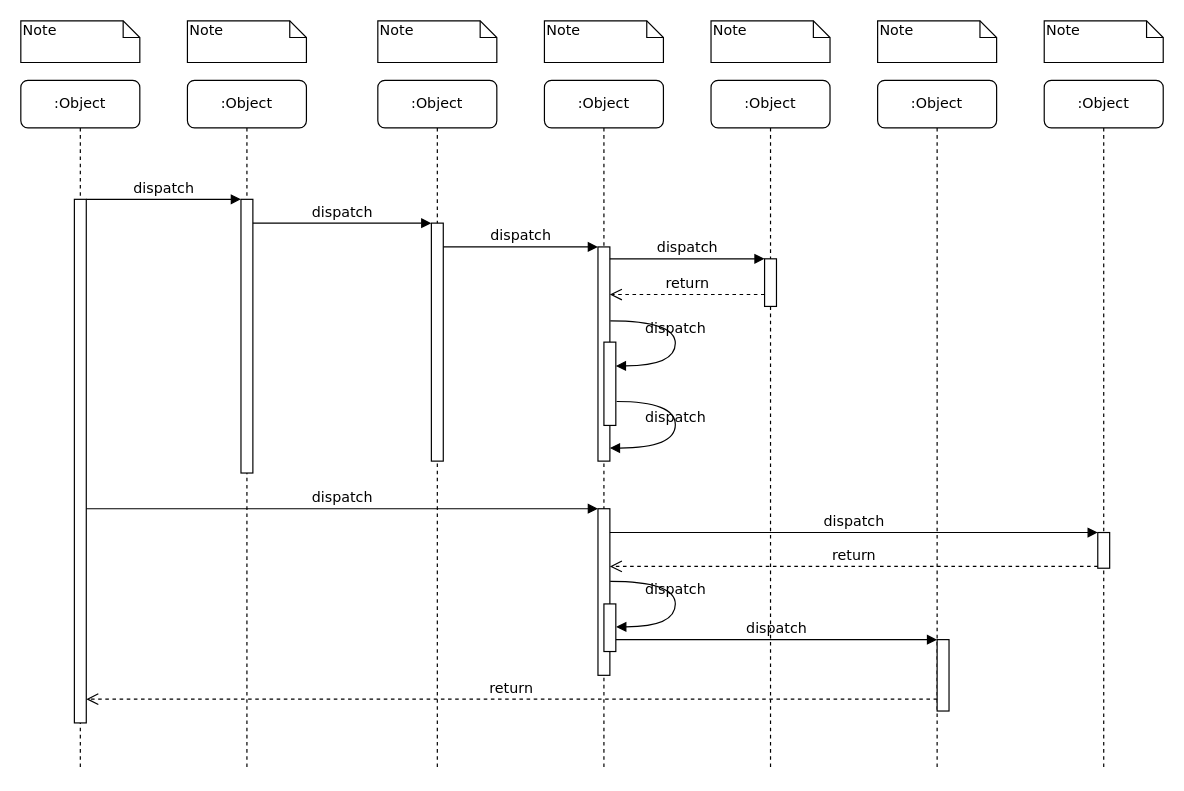
The draw.io diagram jenkins_master_create.drawio in jiangtao7/draw.io, before the edit. Source tidied: cells renumbered, new cells numbered last; positions are measured from the earlier drawing's top-left corner, leaving out a move shared by most shapes. Both pictures are drawn from the tidied source at 119%, with x=0, y=0 at pixel (20, 20).
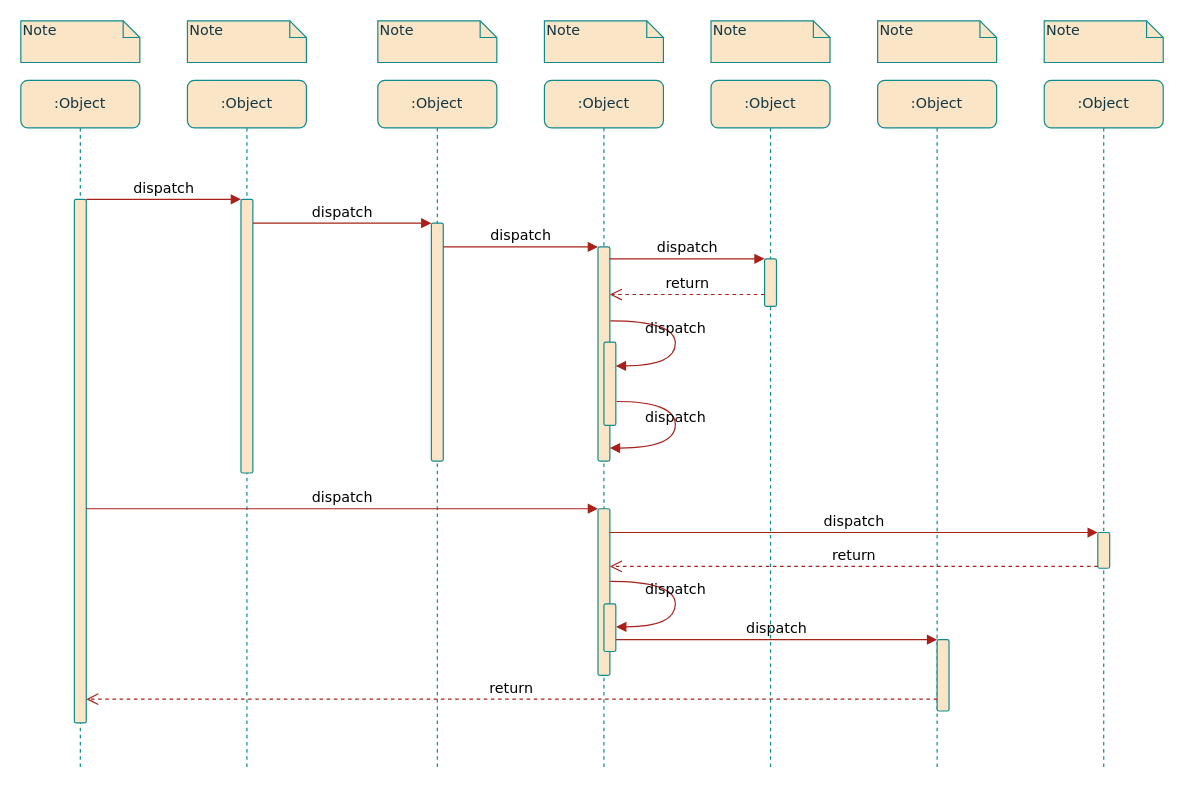
The same diagram, later.

Diff of the diagram source:
```diff
@@
-    <mxCell id="2" value=":Object" style="shape=umlLifeline;perimeter=lifelinePerimeter;whiteSpace=wrap;html=1;rounded=1;shadow=0;comic=0;labelBackgroundColor=none;strokeWidth=1;fontFamily=Verdana;fontSize=12;align=center;" parent="1" vertex="1">
+    <mxCell id="2" value=":Object" style="shape=umlLifeline;perimeter=lifelinePerimeter;whiteSpace=wrap;html=1;rounded=1;shadow=0;comic=0;labelBackgroundColor=none;strokeWidth=1;fontFamily=Verdana;fontSize=12;align=center;fillColor=#FAE5C7;strokeColor=#0F8B8D;fontColor=#143642;" parent="1" vertex="1">
       <mxGeometry x="140" y="50" width="100" height="580" as="geometry" />
     </mxCell>
-    <mxCell id="3" style="html=1;points=[];perimeter=orthogonalPerimeter;rounded=0;shadow=0;comic=0;labelBackgroundColor=none;strokeWidth=1;fontFamily=Verdana;fontSize=12;align=center;" parent="2" vertex="1">
+    <mxCell id="3" style="html=1;points=[];perimeter=orthogonalPerimeter;rounded=1;shadow=0;comic=0;labelBackgroundColor=none;strokeWidth=1;fontFamily=Verdana;fontSize=12;align=center;fillColor=#FAE5C7;strokeColor=#0F8B8D;fontColor=#143642;" parent="2" vertex="1">
       <mxGeometry x="45" y="100" width="10" height="230" as="geometry" />
     </mxCell>
-    <mxCell id="4" value=":Object" style="shape=umlLifeline;perimeter=lifelinePerimeter;whiteSpace=wrap;html=1;rounded=1;shadow=0;comic=0;labelBackgroundColor=none;strokeWidth=1;fontFamily=Verdana;fontSize=12;align=center;" parent="1" vertex="1">
+    <mxCell id="4" value=":Object" style="shape=umlLifeline;perimeter=lifelinePerimeter;whiteSpace=wrap;html=1;rounded=1;shadow=0;comic=0;labelBackgroundColor=none;strokeWidth=1;fontFamily=Verdana;fontSize=12;align=center;fillColor=#FAE5C7;strokeColor=#0F8B8D;fontColor=#143642;" parent="1" vertex="1">
       <mxGeometry x="300" y="50" width="100" height="580" as="geometry" />
     </mxCell>
-    <mxCell id="5" style="html=1;points=[];perimeter=orthogonalPerimeter;rounded=0;shadow=0;comic=0;labelBackgroundColor=none;strokeWidth=1;fontFamily=Verdana;fontSize=12;align=center;" parent="4" vertex="1">
+    <mxCell id="5" style="html=1;points=[];perimeter=orthogonalPerimeter;rounded=1;shadow=0;comic=0;labelBackgroundColor=none;strokeWidth=1;fontFamily=Verdana;fontSize=12;align=center;fillColor=#FAE5C7;strokeColor=#0F8B8D;fontColor=#143642;" parent="4" vertex="1">
       <mxGeometry x="45" y="120" width="10" height="200" as="geometry" />
     </mxCell>
-    <mxCell id="6" value=":Object" style="shape=umlLifeline;perimeter=lifelinePerimeter;whiteSpace=wrap;html=1;rounded=1;shadow=0;comic=0;labelBackgroundColor=none;strokeWidth=1;fontFamily=Verdana;fontSize=12;align=center;" parent="1" vertex="1">
+    <mxCell id="6" value=":Object" style="shape=umlLifeline;perimeter=lifelinePerimeter;whiteSpace=wrap;html=1;rounded=1;shadow=0;comic=0;labelBackgroundColor=none;strokeWidth=1;fontFamily=Verdana;fontSize=12;align=center;fillColor=#FAE5C7;strokeColor=#0F8B8D;fontColor=#143642;" parent="1" vertex="1">
       <mxGeometry x="440" y="50" width="100" height="580" as="geometry" />
     </mxCell>
-    <mxCell id="7" value=":Object" style="shape=umlLifeline;perimeter=lifelinePerimeter;whiteSpace=wrap;html=1;rounded=1;shadow=0;comic=0;labelBackgroundColor=none;strokeWidth=1;fontFamily=Verdana;fontSize=12;align=center;" parent="1" vertex="1">
+    <mxCell id="7" value=":Object" style="shape=umlLifeline;perimeter=lifelinePerimeter;whiteSpace=wrap;html=1;rounded=1;shadow=0;comic=0;labelBackgroundColor=none;strokeWidth=1;fontFamily=Verdana;fontSize=12;align=center;fillColor=#FAE5C7;strokeColor=#0F8B8D;fontColor=#143642;" parent="1" vertex="1">
       <mxGeometry x="580" y="50" width="100" height="580" as="geometry" />
     </mxCell>
-    <mxCell id="8" value=":Object" style="shape=umlLifeline;perimeter=lifelinePerimeter;whiteSpace=wrap;html=1;rounded=1;shadow=0;comic=0;labelBackgroundColor=none;strokeWidth=1;fontFamily=Verdana;fontSize=12;align=center;" parent="1" vertex="1">
+    <mxCell id="8" value=":Object" style="shape=umlLifeline;perimeter=lifelinePerimeter;whiteSpace=wrap;html=1;rounded=1;shadow=0;comic=0;labelBackgroundColor=none;strokeWidth=1;fontFamily=Verdana;fontSize=12;align=center;fillColor=#FAE5C7;strokeColor=#0F8B8D;fontColor=#143642;" parent="1" vertex="1">
       <mxGeometry x="720" y="50" width="100" height="580" as="geometry" />
     </mxCell>
-    <mxCell id="9" value=":Object" style="shape=umlLifeline;perimeter=lifelinePerimeter;whiteSpace=wrap;html=1;rounded=1;shadow=0;comic=0;labelBackgroundColor=none;strokeWidth=1;fontFamily=Verdana;fontSize=12;align=center;" parent="1" vertex="1">
+    <mxCell id="9" value=":Object" style="shape=umlLifeline;perimeter=lifelinePerimeter;whiteSpace=wrap;html=1;rounded=1;shadow=0;comic=0;labelBackgroundColor=none;strokeWidth=1;fontFamily=Verdana;fontSize=12;align=center;fillColor=#FAE5C7;strokeColor=#0F8B8D;fontColor=#143642;" parent="1" vertex="1">
       <mxGeometry x="860" y="50" width="100" height="580" as="geometry" />
     </mxCell>
-    <mxCell id="10" value=":Object" style="shape=umlLifeline;perimeter=lifelinePerimeter;whiteSpace=wrap;html=1;rounded=1;shadow=0;comic=0;labelBackgroundColor=none;strokeWidth=1;fontFamily=Verdana;fontSize=12;align=center;" parent="1" vertex="1">
+    <mxCell id="10" value=":Object" style="shape=umlLifeline;perimeter=lifelinePerimeter;whiteSpace=wrap;html=1;rounded=1;shadow=0;comic=0;labelBackgroundColor=none;strokeWidth=1;fontFamily=Verdana;fontSize=12;align=center;fillColor=#FAE5C7;strokeColor=#0F8B8D;fontColor=#143642;" parent="1" vertex="1">
       <mxGeometry y="50" width="100" height="580" as="geometry" />
     </mxCell>
-    <mxCell id="11" style="html=1;points=[];perimeter=orthogonalPerimeter;rounded=0;shadow=0;comic=0;labelBackgroundColor=none;strokeWidth=1;fontFamily=Verdana;fontSize=12;align=center;" parent="10" vertex="1">
+    <mxCell id="11" style="html=1;points=[];perimeter=orthogonalPerimeter;rounded=1;shadow=0;comic=0;labelBackgroundColor=none;strokeWidth=1;fontFamily=Verdana;fontSize=12;align=center;fillColor=#FAE5C7;strokeColor=#0F8B8D;fontColor=#143642;" parent="10" vertex="1">
       <mxGeometry x="45" y="100" width="10" height="440" as="geometry" />
     </mxCell>
-    <mxCell id="12" style="html=1;points=[];perimeter=orthogonalPerimeter;rounded=0;shadow=0;comic=0;labelBackgroundColor=none;strokeWidth=1;fontFamily=Verdana;fontSize=12;align=center;" parent="1" vertex="1">
+    <mxCell id="12" style="html=1;points=[];perimeter=orthogonalPerimeter;rounded=1;shadow=0;comic=0;labelBackgroundColor=none;strokeWidth=1;fontFamily=Verdana;fontSize=12;align=center;fillColor=#FAE5C7;strokeColor=#0F8B8D;fontColor=#143642;" parent="1" vertex="1">
       <mxGeometry x="485" y="190" width="10" height="180" as="geometry" />
     </mxCell>
-    <mxCell id="13" value="dispatch" style="html=1;verticalAlign=bottom;endArrow=block;labelBackgroundColor=none;fontFamily=Verdana;fontSize=12;edgeStyle=elbowEdgeStyle;elbow=vertical;" parent="1" edge="1" source="5" target="12">
+    <mxCell id="13" value="dispatch" style="html=1;verticalAlign=bottom;endArrow=block;labelBackgroundColor=none;fontFamily=Verdana;fontSize=12;edgeStyle=elbowEdgeStyle;elbow=vertical;strokeColor=#A8201A;fontColor=default;" parent="1" edge="1" source="5" target="12">
       <mxGeometry relative="1" as="geometry">
         <Array as="points">
           <mxPoint x="360" y="190" />
         </Array>
       </mxGeometry>
     </mxCell>
-    <mxCell id="14" style="html=1;points=[];perimeter=orthogonalPerimeter;rounded=0;shadow=0;comic=0;labelBackgroundColor=none;strokeWidth=1;fontFamily=Verdana;fontSize=12;align=center;" parent="1" vertex="1">
+    <mxCell id="14" style="html=1;points=[];perimeter=orthogonalPerimeter;rounded=1;shadow=0;comic=0;labelBackgroundColor=none;strokeWidth=1;fontFamily=Verdana;fontSize=12;align=center;fillColor=#FAE5C7;strokeColor=#0F8B8D;fontColor=#143642;" parent="1" vertex="1">
       <mxGeometry x="625" y="200" width="10" height="40" as="geometry" />
     </mxCell>
-    <mxCell id="15" value="dispatch" style="html=1;verticalAlign=bottom;endArrow=block;entryX=0;entryY=0;labelBackgroundColor=none;fontFamily=Verdana;fontSize=12;edgeStyle=elbowEdgeStyle;elbow=vertical;" parent="1" edge="1" source="12" target="14">
+    <mxCell id="15" value="dispatch" style="html=1;verticalAlign=bottom;endArrow=block;entryX=0;entryY=0;labelBackgroundColor=none;fontFamily=Verdana;fontSize=12;edgeStyle=elbowEdgeStyle;elbow=vertical;strokeColor=#A8201A;fontColor=default;" parent="1" edge="1" source="12" target="14">
       <mxGeometry relative="1" as="geometry" />
     </mxCell>
-    <mxCell id="16" value="return" style="html=1;verticalAlign=bottom;endArrow=open;dashed=1;endSize=8;labelBackgroundColor=none;fontFamily=Verdana;fontSize=12;edgeStyle=elbowEdgeStyle;elbow=vertical;" parent="1" edge="1" source="14" target="12">
+    <mxCell id="16" value="return" style="html=1;verticalAlign=bottom;endArrow=open;dashed=1;endSize=8;labelBackgroundColor=none;fontFamily=Verdana;fontSize=12;edgeStyle=elbowEdgeStyle;elbow=vertical;strokeColor=#A8201A;fontColor=default;" parent="1" edge="1" source="14" target="12">
       <mxGeometry relative="1" as="geometry">
         <Array as="points">
           <mxPoint x="570" y="230" />
           <mxPoint x="600" y="230" />
         </Array>
       </mxGeometry>
     </mxCell>
-    <mxCell id="17" style="html=1;points=[];perimeter=orthogonalPerimeter;rounded=0;shadow=0;comic=0;labelBackgroundColor=none;strokeWidth=1;fontFamily=Verdana;fontSize=12;align=center;" parent="1" vertex="1">
+    <mxCell id="17" style="html=1;points=[];perimeter=orthogonalPerimeter;rounded=1;shadow=0;comic=0;labelBackgroundColor=none;strokeWidth=1;fontFamily=Verdana;fontSize=12;align=center;fillColor=#FAE5C7;strokeColor=#0F8B8D;fontColor=#143642;" parent="1" vertex="1">
       <mxGeometry x="485" y="410" width="10" height="140" as="geometry" />
     </mxCell>
-    <mxCell id="18" value="dispatch" style="html=1;verticalAlign=bottom;endArrow=block;entryX=0;entryY=0;labelBackgroundColor=none;fontFamily=Verdana;fontSize=12;" parent="1" edge="1" source="11" target="17">
+    <mxCell id="18" value="dispatch" style="html=1;verticalAlign=bottom;endArrow=block;entryX=0;entryY=0;labelBackgroundColor=none;fontFamily=Verdana;fontSize=12;strokeColor=#A8201A;fontColor=default;" parent="1" edge="1" source="11" target="17">
       <mxGeometry relative="1" as="geometry" />
     </mxCell>
-    <mxCell id="19" style="html=1;points=[];perimeter=orthogonalPerimeter;rounded=0;shadow=0;comic=0;labelBackgroundColor=none;strokeColor=#000000;strokeWidth=1;fillColor=#FFFFFF;fontFamily=Verdana;fontSize=12;fontColor=#000000;align=center;" parent="1" vertex="1">
+    <mxCell id="19" style="html=1;points=[];perimeter=orthogonalPerimeter;rounded=1;shadow=0;comic=0;labelBackgroundColor=none;strokeColor=#0F8B8D;strokeWidth=1;fillColor=#FAE5C7;fontFamily=Verdana;fontSize=12;fontColor=#143642;align=center;" parent="1" vertex="1">
       <mxGeometry x="905" y="430" width="10" height="30" as="geometry" />
     </mxCell>
-    <mxCell id="20" value="dispatch" style="html=1;verticalAlign=bottom;endArrow=block;entryX=0;entryY=0;labelBackgroundColor=none;fontFamily=Verdana;fontSize=12;" parent="1" edge="1" source="17" target="19">
+    <mxCell id="20" value="dispatch" style="html=1;verticalAlign=bottom;endArrow=block;entryX=0;entryY=0;labelBackgroundColor=none;fontFamily=Verdana;fontSize=12;strokeColor=#A8201A;fontColor=default;" parent="1" edge="1" source="17" target="19">
       <mxGeometry relative="1" as="geometry" />
     </mxCell>
-    <mxCell id="21" value="return" style="html=1;verticalAlign=bottom;endArrow=open;dashed=1;endSize=8;exitX=0;exitY=0.95;labelBackgroundColor=none;fontFamily=Verdana;fontSize=12;" parent="1" edge="1" source="19" target="17">
+    <mxCell id="21" value="return" style="html=1;verticalAlign=bottom;endArrow=open;dashed=1;endSize=8;exitX=0;exitY=0.95;labelBackgroundColor=none;fontFamily=Verdana;fontSize=12;strokeColor=#A8201A;fontColor=default;" parent="1" edge="1" source="19" target="17">
       <mxGeometry relative="1" as="geometry" />
     </mxCell>
-    <mxCell id="22" style="html=1;points=[];perimeter=orthogonalPerimeter;rounded=0;shadow=0;comic=0;labelBackgroundColor=none;strokeWidth=1;fontFamily=Verdana;fontSize=12;align=center;" parent="1" vertex="1">
+    <mxCell id="22" style="html=1;points=[];perimeter=orthogonalPerimeter;rounded=1;shadow=0;comic=0;labelBackgroundColor=none;strokeWidth=1;fontFamily=Verdana;fontSize=12;align=center;fillColor=#FAE5C7;strokeColor=#0F8B8D;fontColor=#143642;" parent="1" vertex="1">
       <mxGeometry x="770" y="520" width="10" height="60" as="geometry" />
     </mxCell>
-    <mxCell id="23" value="dispatch" style="html=1;verticalAlign=bottom;endArrow=block;entryX=0;entryY=0;labelBackgroundColor=none;fontFamily=Verdana;fontSize=12;edgeStyle=elbowEdgeStyle;elbow=vertical;" parent="1" edge="1" source="30" target="22">
+    <mxCell id="23" value="dispatch" style="html=1;verticalAlign=bottom;endArrow=block;entryX=0;entryY=0;labelBackgroundColor=none;fontFamily=Verdana;fontSize=12;edgeStyle=elbowEdgeStyle;elbow=vertical;strokeColor=#A8201A;fontColor=default;" parent="1" edge="1" source="30" target="22">
       <mxGeometry relative="1" as="geometry" />
     </mxCell>
-    <mxCell id="24" value="return" style="html=1;verticalAlign=bottom;endArrow=open;dashed=1;endSize=8;labelBackgroundColor=none;fontFamily=Verdana;fontSize=12;edgeStyle=elbowEdgeStyle;elbow=vertical;" parent="1" edge="1" source="22" target="11">
+    <mxCell id="24" value="return" style="html=1;verticalAlign=bottom;endArrow=open;dashed=1;endSize=8;labelBackgroundColor=none;fontFamily=Verdana;fontSize=12;edgeStyle=elbowEdgeStyle;elbow=vertical;strokeColor=#A8201A;fontColor=default;" parent="1" edge="1" source="22" target="11">
       <mxGeometry relative="1" as="geometry">
         <Array as="points">
           <mxPoint x="470" y="570" />
         </Array>
       </mxGeometry>
     </mxCell>
-    <mxCell id="25" value="dispatch" style="html=1;verticalAlign=bottom;endArrow=block;entryX=0;entryY=0;labelBackgroundColor=none;fontFamily=Verdana;fontSize=12;edgeStyle=elbowEdgeStyle;elbow=vertical;" parent="1" edge="1" source="11" target="3">
+    <mxCell id="25" value="dispatch" style="html=1;verticalAlign=bottom;endArrow=block;entryX=0;entryY=0;labelBackgroundColor=none;fontFamily=Verdana;fontSize=12;edgeStyle=elbowEdgeStyle;elbow=vertical;strokeColor=#A8201A;fontColor=default;" parent="1" edge="1" source="11" target="3">
       <mxGeometry relative="1" as="geometry" />
     </mxCell>
-    <mxCell id="26" value="dispatch" style="html=1;verticalAlign=bottom;endArrow=block;entryX=0;entryY=0;labelBackgroundColor=none;fontFamily=Verdana;fontSize=12;edgeStyle=elbowEdgeStyle;elbow=vertical;" parent="1" edge="1" source="3" target="5">
+    <mxCell id="26" value="dispatch" style="html=1;verticalAlign=bottom;endArrow=block;entryX=0;entryY=0;labelBackgroundColor=none;fontFamily=Verdana;fontSize=12;edgeStyle=elbowEdgeStyle;elbow=vertical;strokeColor=#A8201A;fontColor=default;" parent="1" edge="1" source="3" target="5">
       <mxGeometry relative="1" as="geometry" />
     </mxCell>
-    <mxCell id="27" style="html=1;points=[];perimeter=orthogonalPerimeter;rounded=0;shadow=0;comic=0;labelBackgroundColor=none;strokeWidth=1;fontFamily=Verdana;fontSize=12;align=center;" parent="1" vertex="1">
+    <mxCell id="27" style="html=1;points=[];perimeter=orthogonalPerimeter;rounded=1;shadow=0;comic=0;labelBackgroundColor=none;strokeWidth=1;fontFamily=Verdana;fontSize=12;align=center;fillColor=#FAE5C7;strokeColor=#0F8B8D;fontColor=#143642;" parent="1" vertex="1">
       <mxGeometry x="490" y="270" width="10" height="70" as="geometry" />
     </mxCell>
-    <mxCell id="28" value="dispatch" style="html=1;verticalAlign=bottom;endArrow=block;labelBackgroundColor=none;fontFamily=Verdana;fontSize=12;elbow=vertical;edgeStyle=orthogonalEdgeStyle;curved=1;entryX=1;entryY=0.286;entryPerimeter=0;exitX=1.038;exitY=0.345;exitPerimeter=0;" parent="1" edge="1" source="12" target="27">
+    <mxCell id="28" value="dispatch" style="html=1;verticalAlign=bottom;endArrow=block;labelBackgroundColor=none;fontFamily=Verdana;fontSize=12;elbow=vertical;edgeStyle=orthogonalEdgeStyle;curved=1;entryX=1;entryY=0.286;entryPerimeter=0;exitX=1.038;exitY=0.345;exitPerimeter=0;strokeColor=#A8201A;fontColor=default;" parent="1" edge="1" source="12" target="27">
       <mxGeometry relative="1" as="geometry">
         <Array as="points">
           <mxPoint x="550" y="252" />
           <mxPoint x="550" y="290" />
         </Array>
       </mxGeometry>
     </mxCell>
-    <mxCell id="29" value="dispatch" style="html=1;verticalAlign=bottom;endArrow=block;labelBackgroundColor=none;fontFamily=Verdana;fontSize=12;elbow=vertical;edgeStyle=orthogonalEdgeStyle;curved=1;exitX=1.066;exitY=0.713;exitPerimeter=0;" parent="1" edge="1" source="27">
+    <mxCell id="29" value="dispatch" style="html=1;verticalAlign=bottom;endArrow=block;labelBackgroundColor=none;fontFamily=Verdana;fontSize=12;elbow=vertical;edgeStyle=orthogonalEdgeStyle;curved=1;exitX=1.066;exitY=0.713;exitPerimeter=0;strokeColor=#A8201A;fontColor=default;" parent="1" edge="1" source="27">
       <mxGeometry relative="1" as="geometry">
         <mxPoint x="495" y="359" as="targetPoint" />
         <Array as="points">
           <mxPoint x="550" y="320" />
           <mxPoint x="550" y="359" />
         </Array>
       </mxGeometry>
     </mxCell>
-    <mxCell id="30" style="html=1;points=[];perimeter=orthogonalPerimeter;rounded=0;shadow=0;comic=0;labelBackgroundColor=none;strokeWidth=1;fontFamily=Verdana;fontSize=12;align=center;" parent="1" vertex="1">
+    <mxCell id="30" style="html=1;points=[];perimeter=orthogonalPerimeter;rounded=1;shadow=0;comic=0;labelBackgroundColor=none;strokeWidth=1;fontFamily=Verdana;fontSize=12;align=center;fillColor=#FAE5C7;strokeColor=#0F8B8D;fontColor=#143642;" parent="1" vertex="1">
       <mxGeometry x="490" y="490" width="10" height="40" as="geometry" />
     </mxCell>
-    <mxCell id="31" value="dispatch" style="html=1;verticalAlign=bottom;endArrow=block;labelBackgroundColor=none;fontFamily=Verdana;fontSize=12;elbow=vertical;edgeStyle=orthogonalEdgeStyle;curved=1;entryX=1;entryY=0.286;entryPerimeter=0;exitX=1.038;exitY=0.345;exitPerimeter=0;" parent="1" edge="1">
+    <mxCell id="31" value="dispatch" style="html=1;verticalAlign=bottom;endArrow=block;labelBackgroundColor=none;fontFamily=Verdana;fontSize=12;elbow=vertical;edgeStyle=orthogonalEdgeStyle;curved=1;entryX=1;entryY=0.286;entryPerimeter=0;exitX=1.038;exitY=0.345;exitPerimeter=0;strokeColor=#A8201A;fontColor=default;" parent="1" edge="1">
       <mxGeometry relative="1" as="geometry">
         <mxPoint x="495.3" y="471" as="sourcePoint" />
         <mxPoint x="500.3" y="509.3" as="targetPoint" />
         <Array as="points">
           <mxPoint x="550" y="471" />
           <mxPoint x="550" y="509" />
         </Array>
       </mxGeometry>
     </mxCell>
-    <mxCell id="32" value="Note" style="shape=note;whiteSpace=wrap;html=1;size=14;verticalAlign=top;align=left;spacingTop=-6;rounded=0;shadow=0;comic=0;labelBackgroundColor=none;strokeWidth=1;fontFamily=Verdana;fontSize=12;" parent="1" vertex="1">
+    <mxCell id="32" value="Note" style="shape=note;whiteSpace=wrap;html=1;size=14;verticalAlign=top;align=left;spacingTop=-6;rounded=1;shadow=0;comic=0;labelBackgroundColor=none;strokeWidth=1;fontFamily=Verdana;fontSize=12;fillColor=#FAE5C7;strokeColor=#0F8B8D;fontColor=#143642;" parent="1" vertex="1">
       <mxGeometry width="100" height="35" as="geometry" />
     </mxCell>
-    <mxCell id="33" value="Note" style="shape=note;whiteSpace=wrap;html=1;size=14;verticalAlign=top;align=left;spacingTop=-6;rounded=0;shadow=0;comic=0;labelBackgroundColor=none;strokeWidth=1;fontFamily=Verdana;fontSize=12;" parent="1" vertex="1">
+    <mxCell id="33" value="Note" style="shape=note;whiteSpace=wrap;html=1;size=14;verticalAlign=top;align=left;spacingTop=-6;rounded=1;shadow=0;comic=0;labelBackgroundColor=none;strokeWidth=1;fontFamily=Verdana;fontSize=12;fillColor=#FAE5C7;strokeColor=#0F8B8D;fontColor=#143642;" parent="1" vertex="1">
       <mxGeometry x="140" width="100" height="35" as="geometry" />
     </mxCell>
-    <mxCell id="34" value="Note" style="shape=note;whiteSpace=wrap;html=1;size=14;verticalAlign=top;align=left;spacingTop=-6;rounded=0;shadow=0;comic=0;labelBackgroundColor=none;strokeWidth=1;fontFamily=Verdana;fontSize=12;" parent="1" vertex="1">
+    <mxCell id="34" value="Note" style="shape=note;whiteSpace=wrap;html=1;size=14;verticalAlign=top;align=left;spacingTop=-6;rounded=1;shadow=0;comic=0;labelBackgroundColor=none;strokeWidth=1;fontFamily=Verdana;fontSize=12;fillColor=#FAE5C7;strokeColor=#0F8B8D;fontColor=#143642;" parent="1" vertex="1">
       <mxGeometry x="300" width="100" height="35" as="geometry" />
     </mxCell>
-    <mxCell id="35" value="Note" style="shape=note;whiteSpace=wrap;html=1;size=14;verticalAlign=top;align=left;spacingTop=-6;rounded=0;shadow=0;comic=0;labelBackgroundColor=none;strokeWidth=1;fontFamily=Verdana;fontSize=12;" parent="1" vertex="1">
+    <mxCell id="35" value="Note" style="shape=note;whiteSpace=wrap;html=1;size=14;verticalAlign=top;align=left;spacingTop=-6;rounded=1;shadow=0;comic=0;labelBackgroundColor=none;strokeWidth=1;fontFamily=Verdana;fontSize=12;fillColor=#FAE5C7;strokeColor=#0F8B8D;fontColor=#143642;" parent="1" vertex="1">
       <mxGeometry x="440" width="100" height="35" as="geometry" />
     </mxCell>
-    <mxCell id="36" value="Note" style="shape=note;whiteSpace=wrap;html=1;size=14;verticalAlign=top;align=left;spacingTop=-6;rounded=0;shadow=0;comic=0;labelBackgroundColor=none;strokeWidth=1;fontFamily=Verdana;fontSize=12;" parent="1" vertex="1">
+    <mxCell id="36" value="Note" style="shape=note;whiteSpace=wrap;html=1;size=14;verticalAlign=top;align=left;spacingTop=-6;rounded=1;shadow=0;comic=0;labelBackgroundColor=none;strokeWidth=1;fontFamily=Verdana;fontSize=12;fillColor=#FAE5C7;strokeColor=#0F8B8D;fontColor=#143642;" parent="1" vertex="1">
       <mxGeometry x="580" width="100" height="35" as="geometry" />
     </mxCell>
-    <mxCell id="37" value="Note" style="shape=note;whiteSpace=wrap;html=1;size=14;verticalAlign=top;align=left;spacingTop=-6;rounded=0;shadow=0;comic=0;labelBackgroundColor=none;strokeWidth=1;fontFamily=Verdana;fontSize=12;" parent="1" vertex="1">
+    <mxCell id="37" value="Note" style="shape=note;whiteSpace=wrap;html=1;size=14;verticalAlign=top;align=left;spacingTop=-6;rounded=1;shadow=0;comic=0;labelBackgroundColor=none;strokeWidth=1;fontFamily=Verdana;fontSize=12;fillColor=#FAE5C7;strokeColor=#0F8B8D;fontColor=#143642;" parent="1" vertex="1">
       <mxGeometry x="720" width="100" height="35" as="geometry" />
     </mxCell>
-    <mxCell id="38" value="Note" style="shape=note;whiteSpace=wrap;html=1;size=14;verticalAlign=top;align=left;spacingTop=-6;rounded=0;shadow=0;comic=0;labelBackgroundColor=none;strokeWidth=1;fontFamily=Verdana;fontSize=12;" parent="1" vertex="1">
+    <mxCell id="38" value="Note" style="shape=note;whiteSpace=wrap;html=1;size=14;verticalAlign=top;align=left;spacingTop=-6;rounded=1;shadow=0;comic=0;labelBackgroundColor=none;strokeWidth=1;fontFamily=Verdana;fontSize=12;fillColor=#FAE5C7;strokeColor=#0F8B8D;fontColor=#143642;" parent="1" vertex="1">
       <mxGeometry x="860" width="100" height="35" as="geometry" />
     </mxCell>
```
